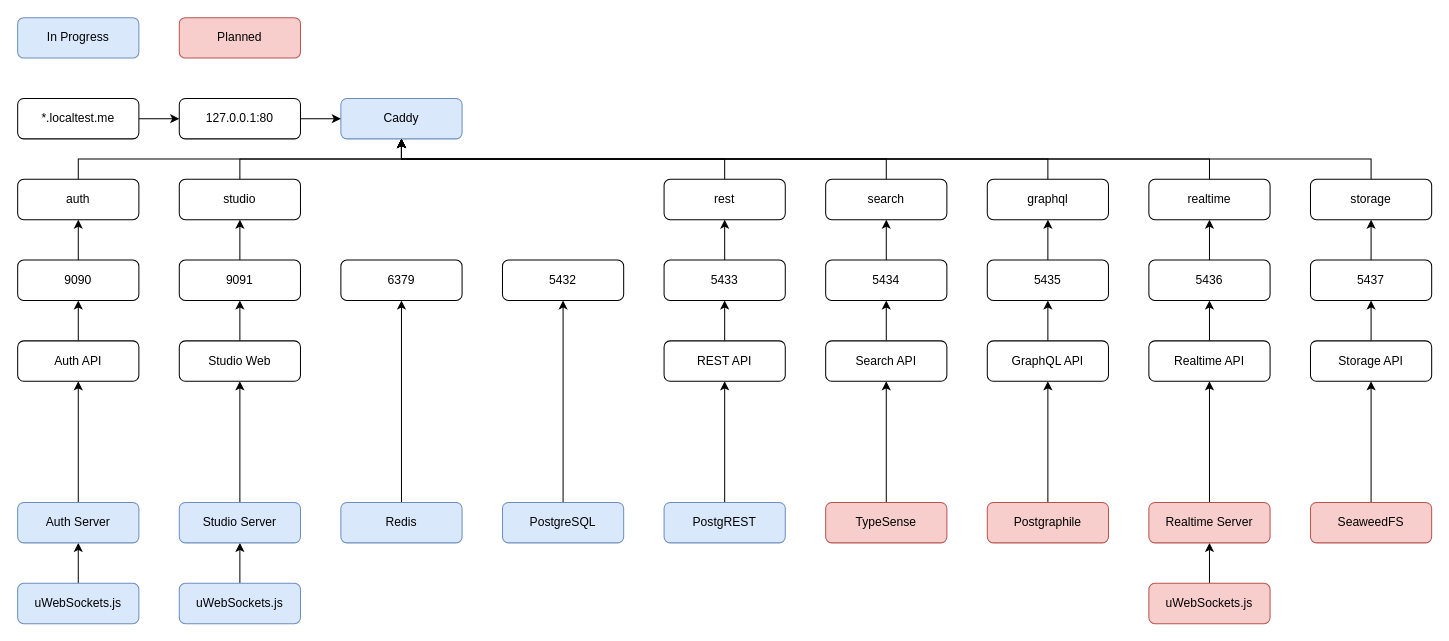
Earlier version of the draw.io diagram crestfall.drawio (crestfall-sh/drafts). Source tidied: cells renumbered, new cells numbered last; positions are measured from the earlier drawing's top-left corner, leaving out a move shared by most shapes. Both pictures are drawn from the tidied source at 101%, with x=0, y=0 at pixel (17, 17).
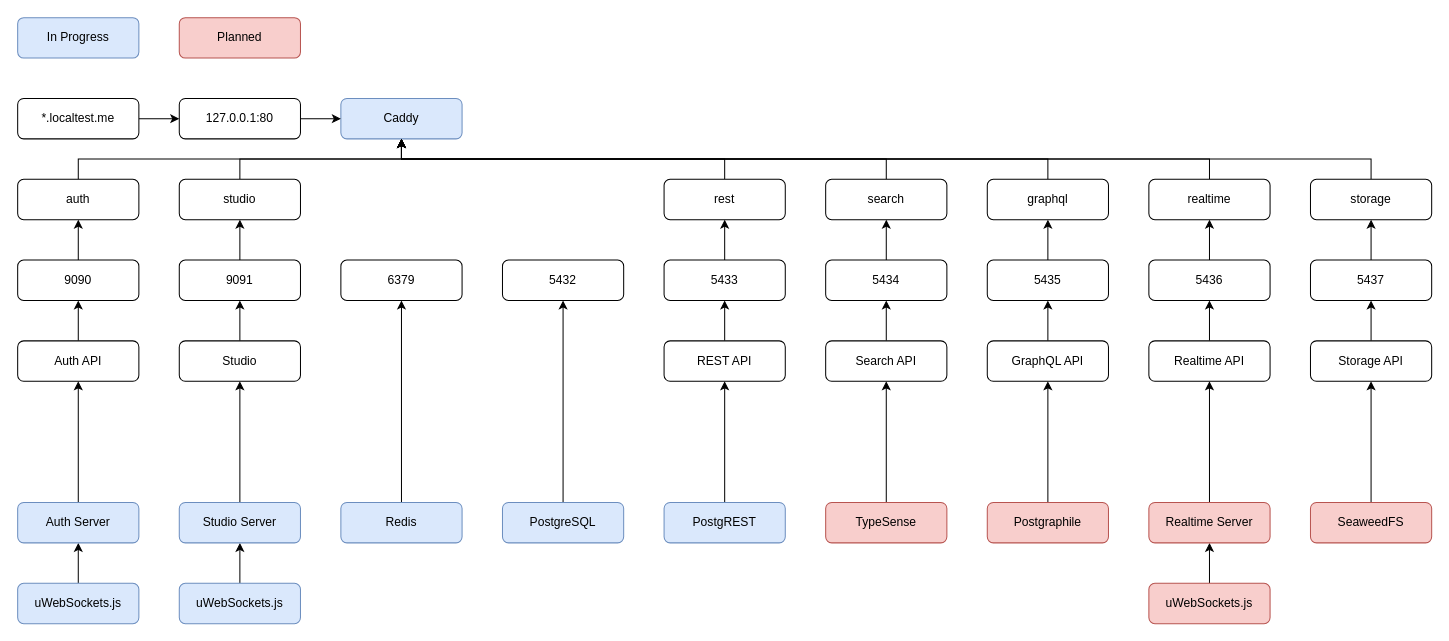
Above is the later version.

Diff of the diagram source:
```diff
@@
-    <mxCell id="46" value="Studio Web" style="rounded=1;whiteSpace=wrap;html=1;" parent="1" vertex="1">
+    <mxCell id="46" value="&lt;div&gt;Studio&lt;/div&gt;" style="rounded=1;whiteSpace=wrap;html=1;" parent="1" vertex="1">
       <mxGeometry x="160" y="320" width="120" height="40" as="geometry" />
     </mxCell>
```
